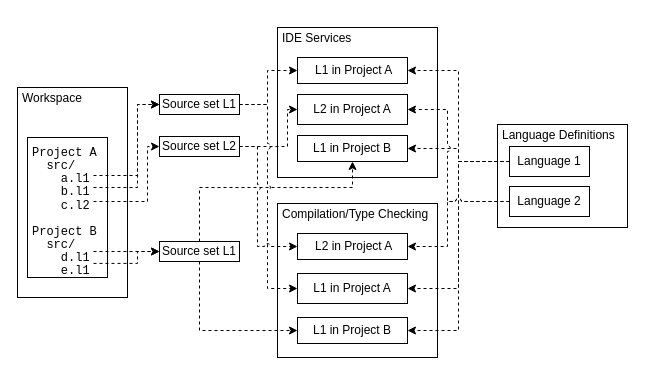
AZWN/Spoofax-pie-diagrams keeps this draw.io diagram as page "Current project" (10 of 11) of Spoofax3 Diagrams.drawio. Above is the earlier version. Source tidied: cells renumbered, new cells numbered last; positions are measured from the earlier drawing's top-left corner, leaving out a move shared by most shapes. Both pictures are drawn from the tidied source at 100%, with x=0, y=0 at pixel (17, 27).
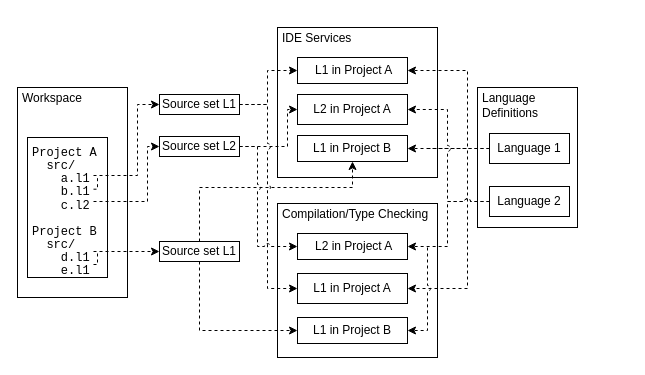
Above is the later version.

Commit message:
Improve arrows for vision diagram

The change refers to these unchanged cells:
```xml
<mxCell id="9" value="Source set L1" style="rounded=0;whiteSpace=wrap;html=1;strokeColor=#000000;" parent="1" vertex="1">
  <mxGeometry x="142" y="67" width="80" height="20" as="geometry" />
</mxCell>
<mxCell id="14" value="Source set L1" style="rounded=0;whiteSpace=wrap;html=1;strokeColor=#000000;" parent="1" vertex="1">
  <mxGeometry x="142" y="214" width="80" height="20" as="geometry" />
</mxCell>
<mxCell id="25" value="&amp;nbsp;L1 in Project A" style="rounded=0;whiteSpace=wrap;html=1;strokeColor=#000000;" parent="1" vertex="1">
  <mxGeometry x="280" y="30" width="110" height="26" as="geometry" />
</mxCell>
<mxCell id="30" value="L1 in Project A" style="rounded=0;whiteSpace=wrap;html=1;strokeColor=#000000;" parent="1" vertex="1">
  <mxGeometry x="280" y="246" width="110" height="30" as="geometry" />
</mxCell>
<mxCell id="31" value="L1 in Project B" style="rounded=0;whiteSpace=wrap;html=1;strokeColor=#000000;" parent="1" vertex="1">
  <mxGeometry x="280" y="290" width="110" height="26" as="geometry" />
</mxCell>
```

The edit, as a diff of the source:
```diff
@@
+    <mxCell id="28" value="&lt;div&gt;&lt;br&gt;&lt;/div&gt;&lt;div&gt;Compilation/Type Checking&lt;/div&gt;" style="text;html=1;fillColor=none;spacing=5;spacingTop=-20;whiteSpace=wrap;overflow=hidden;rounded=0;strokeColor=#000000;" parent="1" vertex="1">
+      <mxGeometry x="260" y="176" width="160" height="154" as="geometry" />
+    </mxCell>
@@
     <mxCell id="16" value="&lt;div&gt;&lt;br&gt;&lt;/div&gt;&lt;div&gt;Language Definitions&lt;br&gt;&lt;/div&gt;" style="text;html=1;fillColor=none;spacing=5;spacingTop=-20;whiteSpace=wrap;overflow=hidden;rounded=0;strokeColor=#000000;" parent="1" vertex="1">
-      <mxGeometry x="480" y="97" width="130" height="103" as="geometry" />
+      <mxGeometry x="460" y="60" width="100" height="140" as="geometry" />
     </mxCell>
-    <mxCell id="17" style="edgeStyle=orthogonalEdgeStyle;rounded=0;jumpStyle=arc;jettySize=auto;html=1;exitX=0;exitY=0.5;exitDx=0;exitDy=0;entryX=1;entryY=0.5;entryDx=0;entryDy=0;dashed=1;" parent="1" edge="1" source="21" target="25">
-      <mxGeometry relative="1" as="geometry" />
+    <mxCell id="17" style="edgeStyle=orthogonalEdgeStyle;rounded=0;jumpStyle=arc;jettySize=auto;html=1;entryX=1;entryY=0.5;entryDx=0;entryDy=0;dashed=1;" parent="1" edge="1" target="25">
+      <mxGeometry relative="1" as="geometry">
+        <mxPoint x="410" y="121" as="sourcePoint" />
+        <Array as="points">
+          <mxPoint x="450" y="121" />
+          <mxPoint x="450" y="43" />
+        </Array>
+      </mxGeometry>
     </mxCell>
@@
     <mxCell id="19" style="edgeStyle=orthogonalEdgeStyle;rounded=0;jumpStyle=arc;jettySize=auto;html=1;exitX=0;exitY=0.5;exitDx=0;exitDy=0;entryX=1;entryY=0.5;entryDx=0;entryDy=0;dashed=1;" parent="1" edge="1" source="21" target="30">
-      <mxGeometry relative="1" as="geometry" />
+      <mxGeometry relative="1" as="geometry">
+        <Array as="points">
+          <mxPoint x="450" y="121" />
+          <mxPoint x="450" y="261" />
+        </Array>
+      </mxGeometry>
     </mxCell>
-    <mxCell id="20" style="edgeStyle=orthogonalEdgeStyle;rounded=0;jumpStyle=arc;jettySize=auto;html=1;exitX=0;exitY=0.5;exitDx=0;exitDy=0;entryX=1;entryY=0.5;entryDx=0;entryDy=0;dashed=1;" parent="1" edge="1" source="21" target="31">
-      <mxGeometry relative="1" as="geometry" />
+    <mxCell id="20" style="edgeStyle=orthogonalEdgeStyle;rounded=0;jumpStyle=arc;jettySize=auto;html=1;entryX=1;entryY=0.5;entryDx=0;entryDy=0;dashed=1;" parent="1" edge="1" target="31">
+      <mxGeometry relative="1" as="geometry">
+        <mxPoint x="410" y="220" as="sourcePoint" />
+        <Array as="points">
+          <mxPoint x="410" y="303" />
+        </Array>
+      </mxGeometry>
     </mxCell>
     <mxCell id="21" value="Language 1" style="rounded=0;whiteSpace=wrap;html=1;strokeColor=#000000;" parent="1" vertex="1">
-      <mxGeometry x="492" y="119" width="80" height="30" as="geometry" />
+      <mxGeometry x="472" y="106" width="80" height="30" as="geometry" />
     </mxCell>
@@
     <mxCell id="24" value="Language 2" style="rounded=0;whiteSpace=wrap;html=1;strokeColor=#000000;" parent="1" vertex="1">
-      <mxGeometry x="492" y="159" width="80" height="30" as="geometry" />
+      <mxGeometry x="472" y="159" width="80" height="30" as="geometry" />
     </mxCell>
@@
-    <mxCell id="28" value="&lt;div&gt;&lt;br&gt;&lt;/div&gt;&lt;div&gt;Compilation/Type Checking&lt;/div&gt;" style="text;html=1;fillColor=none;spacing=5;spacingTop=-20;whiteSpace=wrap;overflow=hidden;rounded=0;strokeColor=#000000;" parent="1" vertex="1">
-      <mxGeometry x="260" y="176" width="160" height="154" as="geometry" />
-    </mxCell>
@@
-    <mxCell id="32" style="endArrow=classic;html=1;entryX=0;entryY=0.5;entryDx=0;entryDy=0;rounded=0;edgeStyle=orthogonalEdgeStyle;dashed=1;" parent="1" edge="1" target="14">
-      <mxGeometry relative="1" as="geometry">
-        <mxPoint x="76" y="235.9" as="sourcePoint" />
-        <Array as="points">
-          <mxPoint x="120" y="236" />
-          <mxPoint x="120" y="224" />
-        </Array>
-      </mxGeometry>
-    </mxCell>
-    <mxCell id="33" style="endArrow=classic;html=1;entryX=0;entryY=0.5;entryDx=0;entryDy=0;rounded=0;edgeStyle=orthogonalEdgeStyle;dashed=1;" parent="1" edge="1" target="9">
-      <mxGeometry relative="1" as="geometry">
-        <mxPoint x="76" y="160" as="sourcePoint" />
-        <Array as="points">
-          <mxPoint x="120" y="160" />
-          <mxPoint x="120" y="77" />
-        </Array>
-      </mxGeometry>
-    </mxCell>
@@
+    <mxCell id="35" style="endArrow=none;dashed=1;html=1;edgeStyle=orthogonalEdgeStyle;rounded=0;" parent="1" edge="1">
+      <mxGeometry relative="1" as="geometry">
+        <mxPoint x="76" y="161.7" as="sourcePoint" />
+        <mxPoint x="80" y="150" as="targetPoint" />
+        <Array as="points">
+          <mxPoint x="80" y="162" />
+        </Array>
+      </mxGeometry>
+    </mxCell>
+    <mxCell id="36" style="endArrow=none;dashed=1;html=1;edgeStyle=orthogonalEdgeStyle;rounded=0;" parent="1" edge="1">
+      <mxGeometry relative="1" as="geometry">
+        <mxPoint x="76" y="237" as="sourcePoint" />
+        <mxPoint x="80" y="225.3" as="targetPoint" />
+        <Array as="points">
+          <mxPoint x="80" y="237.3" />
+        </Array>
+      </mxGeometry>
+    </mxCell>
```
